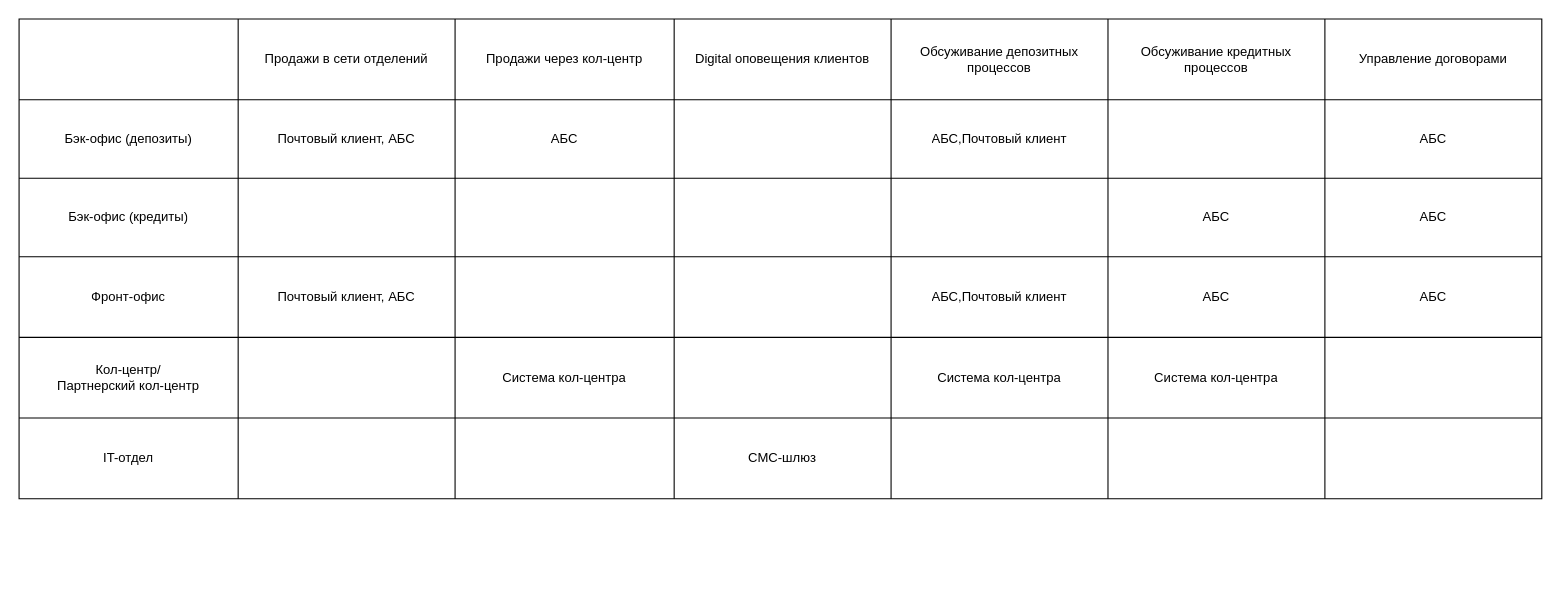
matrosov-nikita/architecture-sprint-9 keeps this draw.io diagram as Task1/it-landscape.drawio. Above is the earlier version. Source tidied: cells renumbered, new cells numbered last; positions are measured from the earlier drawing's top-left corner, leaving out a move shared by most shapes. Both pictures are drawn from the tidied source at 109%, with x=0, y=0 at pixel (19, 19).
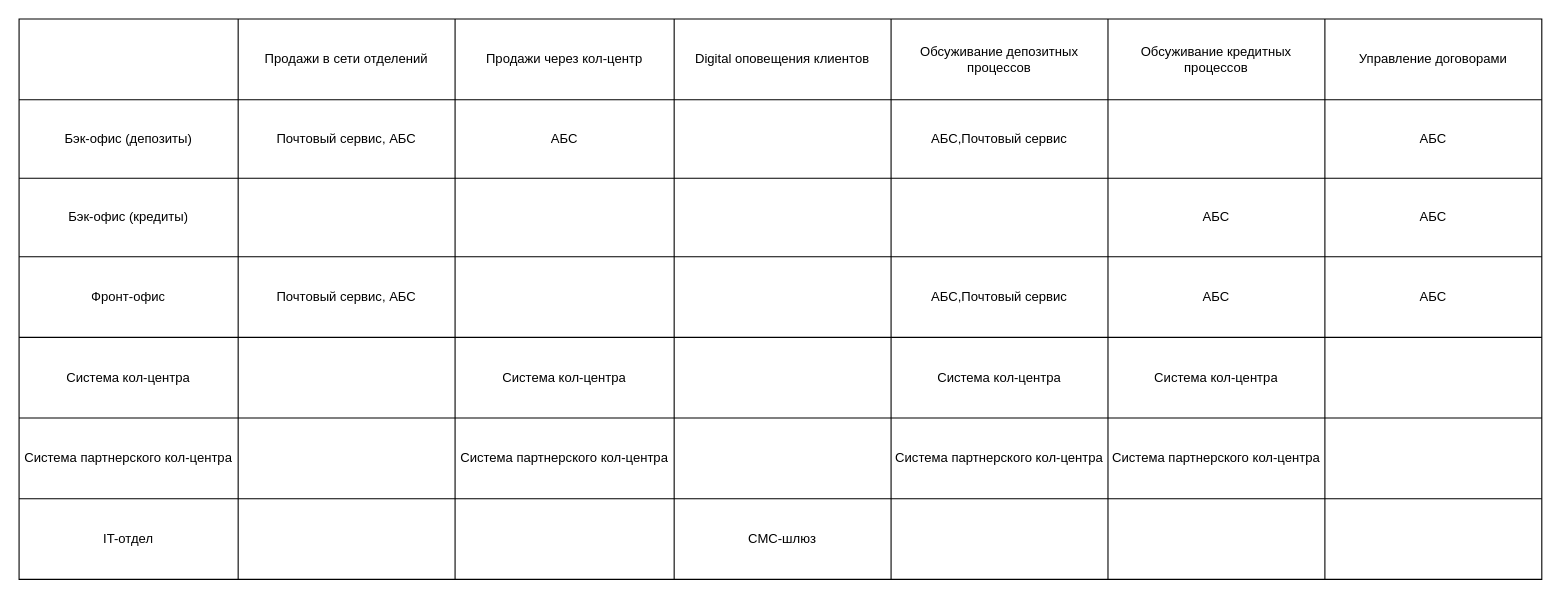
The same diagram, later.

The change refers to these unchanged cells:
```xml
<mxCell id="11" style="shape=tableRow;horizontal=0;startSize=0;swimlaneHead=0;swimlaneBody=0;strokeColor=inherit;top=0;left=0;bottom=0;right=0;fillColor=none;" parent="2" vertex="1">
  <mxGeometry y="74" width="1397" height="72" as="geometry" />
</mxCell>
<mxCell id="27" style="shape=tableRow;horizontal=0;startSize=0;swimlaneHead=0;swimlaneBody=0;strokeColor=inherit;top=0;left=0;bottom=0;right=0;fillColor=none;" parent="2" vertex="1">
  <mxGeometry y="218" width="1397" height="74" as="geometry" />
</mxCell>
<mxCell id="35" style="shape=tableRow;horizontal=0;startSize=0;swimlaneHead=0;swimlaneBody=0;strokeColor=inherit;top=0;left=0;bottom=0;right=0;fillColor=none;" parent="2" vertex="1">
  <mxGeometry y="292" width="1397" height="74" as="geometry" />
</mxCell>
```

The edit, as a diff of the source:
```diff
@@
     <mxCell id="2" style="shape=table;startSize=0;childLayout=tableLayout;" parent="1" vertex="1">
-      <mxGeometry width="1397" height="440" as="geometry" />
+      <mxGeometry width="1397" height="514" as="geometry" />
     </mxCell>
@@
-    <mxCell id="13" value="Почтовый клиент, АБС" style="shape=partialRectangle;html=1;whiteSpace=wrap;strokeColor=inherit;overflow=hidden;fillColor=none;top=0;left=0;bottom=0;right=0;" parent="11" vertex="1">
+    <mxCell id="13" value="Почтовый сервис, АБС" style="shape=partialRectangle;html=1;whiteSpace=wrap;strokeColor=inherit;overflow=hidden;fillColor=none;top=0;left=0;bottom=0;right=0;" parent="11" vertex="1">
       <mxGeometry x="201" width="199" height="72" as="geometry" />
     </mxCell>
@@
-    <mxCell id="16" value="АБС,Почтовый клиент" style="shape=partialRectangle;html=1;whiteSpace=wrap;strokeColor=inherit;overflow=hidden;fillColor=none;top=0;left=0;bottom=0;right=0;" parent="11" vertex="1">
+    <mxCell id="16" value="АБС,Почтовый сервис" style="shape=partialRectangle;html=1;whiteSpace=wrap;strokeColor=inherit;overflow=hidden;fillColor=none;top=0;left=0;bottom=0;right=0;" parent="11" vertex="1">
       <mxGeometry x="800" width="199" height="72" as="geometry" />
     </mxCell>
@@
-    <mxCell id="29" value="Почтовый клиент, АБС" style="shape=partialRectangle;html=1;whiteSpace=wrap;strokeColor=inherit;overflow=hidden;fillColor=none;top=0;left=0;bottom=0;right=0;" parent="27" vertex="1">
+    <mxCell id="29" value="Почтовый сервис, АБС" style="shape=partialRectangle;html=1;whiteSpace=wrap;strokeColor=inherit;overflow=hidden;fillColor=none;top=0;left=0;bottom=0;right=0;" parent="27" vertex="1">
       <mxGeometry x="201" width="199" height="74" as="geometry" />
     </mxCell>
@@
-    <mxCell id="32" value="АБС,Почтовый клиент" style="shape=partialRectangle;html=1;whiteSpace=wrap;strokeColor=inherit;overflow=hidden;fillColor=none;top=0;left=0;bottom=0;right=0;" parent="27" vertex="1">
+    <mxCell id="32" value="АБС,Почтовый сервис" style="shape=partialRectangle;html=1;whiteSpace=wrap;strokeColor=inherit;overflow=hidden;fillColor=none;top=0;left=0;bottom=0;right=0;" parent="27" vertex="1">
       <mxGeometry x="800" width="199" height="74" as="geometry" />
     </mxCell>
@@
-    <mxCell id="36" value="Кол-центр/&lt;br&gt;Партнерский кол-центр" style="shape=partialRectangle;html=1;whiteSpace=wrap;strokeColor=inherit;overflow=hidden;fillColor=none;top=0;left=0;bottom=0;right=0;" parent="35" vertex="1">
+    <mxCell id="36" value="Система кол-центра" style="shape=partialRectangle;html=1;whiteSpace=wrap;strokeColor=inherit;overflow=hidden;fillColor=none;top=0;left=0;bottom=0;right=0;" parent="35" vertex="1">
       <mxGeometry width="201" height="74" as="geometry" />
     </mxCell>
@@
+    <mxCell id="51" style="shape=tableRow;horizontal=0;startSize=0;swimlaneHead=0;swimlaneBody=0;strokeColor=inherit;top=0;left=0;bottom=0;right=0;fillColor=none;" parent="2" vertex="1">
+      <mxGeometry y="366" width="1397" height="74" as="geometry" />
+    </mxCell>
+    <mxCell id="52" value="Система партнерского кол-центра" style="shape=partialRectangle;html=1;whiteSpace=wrap;strokeColor=inherit;overflow=hidden;fillColor=none;top=0;left=0;bottom=0;right=0;" parent="51" vertex="1">
+      <mxGeometry width="201" height="74" as="geometry" />
+    </mxCell>
+    <mxCell id="53" style="shape=partialRectangle;html=1;whiteSpace=wrap;strokeColor=inherit;overflow=hidden;fillColor=none;top=0;left=0;bottom=0;right=0;" parent="51" vertex="1">
+      <mxGeometry x="201" width="199" height="74" as="geometry" />
+    </mxCell>
+    <mxCell id="54" value="Система партнерского кол-центра" style="shape=partialRectangle;html=1;whiteSpace=wrap;strokeColor=inherit;overflow=hidden;fillColor=none;top=0;left=0;bottom=0;right=0;" parent="51" vertex="1">
+      <mxGeometry x="400" width="201" height="74" as="geometry" />
+    </mxCell>
+    <mxCell id="55" style="shape=partialRectangle;html=1;whiteSpace=wrap;strokeColor=inherit;overflow=hidden;fillColor=none;top=0;left=0;bottom=0;right=0;" parent="51" vertex="1">
+      <mxGeometry x="601" width="199" height="74" as="geometry" />
+    </mxCell>
+    <mxCell id="56" value="Система партнерского кол-центра" style="shape=partialRectangle;html=1;whiteSpace=wrap;strokeColor=inherit;overflow=hidden;fillColor=none;top=0;left=0;bottom=0;right=0;" parent="51" vertex="1">
+      <mxGeometry x="800" width="199" height="74" as="geometry" />
+    </mxCell>
+    <mxCell id="57" value="Система партнерского кол-центра" style="shape=partialRectangle;html=1;whiteSpace=wrap;strokeColor=inherit;overflow=hidden;fillColor=none;top=0;left=0;bottom=0;right=0;" parent="51" vertex="1">
+      <mxGeometry x="999" width="199" height="74" as="geometry" />
+    </mxCell>
+    <mxCell id="58" style="shape=partialRectangle;html=1;whiteSpace=wrap;strokeColor=inherit;overflow=hidden;fillColor=none;top=0;left=0;bottom=0;right=0;" parent="51" vertex="1">
+      <mxGeometry x="1198" width="199" height="74" as="geometry" />
+    </mxCell>
     <mxCell id="43" style="shape=tableRow;horizontal=0;startSize=0;swimlaneHead=0;swimlaneBody=0;strokeColor=inherit;top=0;left=0;bottom=0;right=0;fillColor=none;" parent="2" vertex="1">
-      <mxGeometry y="366" width="1397" height="74" as="geometry" />
+      <mxGeometry y="440" width="1397" height="74" as="geometry" />
     </mxCell>
```
